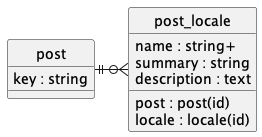
Before: doc/concepts/post/uml.png, a diagram exported from PlantUML (contactopensource/contactopensource). The source it was exported from:
```plantuml
@startuml uml
skinparam monochrome true
skinparam linetype ortho
hide circle

entity post {
    key : string
}

entity post_locale {
    post : post(id)
    locale : locale(id)
    name : string+
    summary : string
    description : text
}

post ||-r-o{ post_locale

@enduml
```
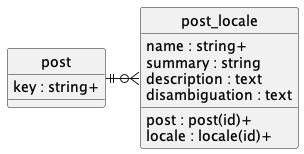
The same file after the commit.

Diff of the diagram source:
```diff
@@ -4,15 +4,16 @@
 hide circle
 
 entity post {
-    key : string
+    key : string+
 }
 
 entity post_locale {
-    post : post(id)
-    locale : locale(id)
+    post : post(id)+
+    locale : locale(id)+
     name : string+
     summary : string
     description : text
+    disambiguation : text
 }
 
 post ||-r-o{ post_locale
```
